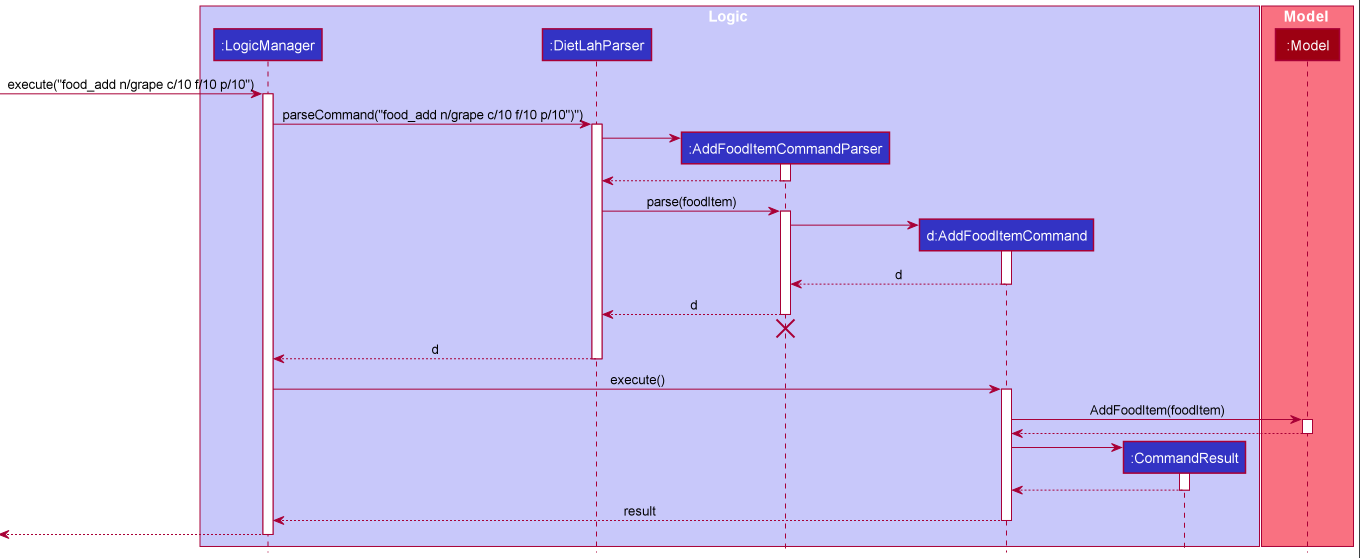
Before: docs/images/AddFoodItemSequenceDiagram.png, a diagram exported from PlantUML (nus-cs2103-AY2021S2/tp). Its source is kept beside it as docs/diagrams/AddFoodItemSequenceDiagram.puml.
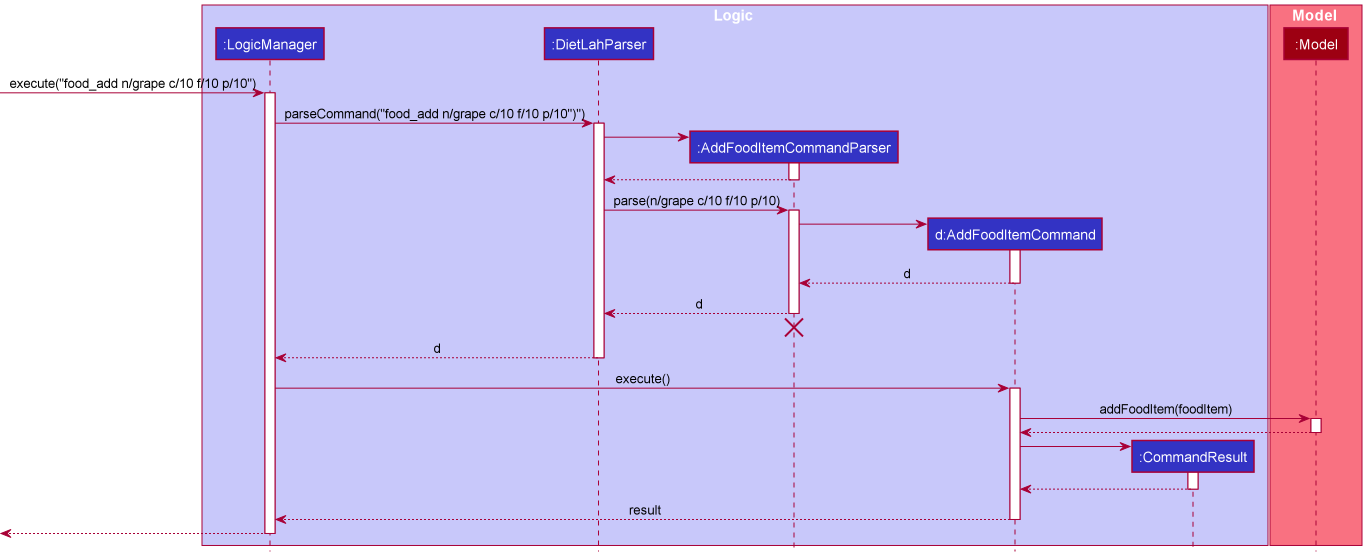
After the change.

Commit message:
Edit diagram and descriptor

What changed in the source:
```diff
@@ -26,7 +26,7 @@
 AddFoodItemCommandParser --> DietLahParser
 deactivate AddFoodItemCommandParser
 
-DietLahParser -> AddFoodItemCommandParser : parse(foodItem)
+DietLahParser -> AddFoodItemCommandParser : parse(n/grape c/10 f/10 p/10)
 activate AddFoodItemCommandParser
 
 create AddFoodItemCommand
@@ -47,7 +47,7 @@
 LogicManager -> AddFoodItemCommand : execute()
 activate AddFoodItemCommand
 
-AddFoodItemCommand -> Model : AddFoodItem(foodItem)
+AddFoodItemCommand -> Model : addFoodItem(foodItem)
 activate Model
 
 Model --> AddFoodItemCommand
```
